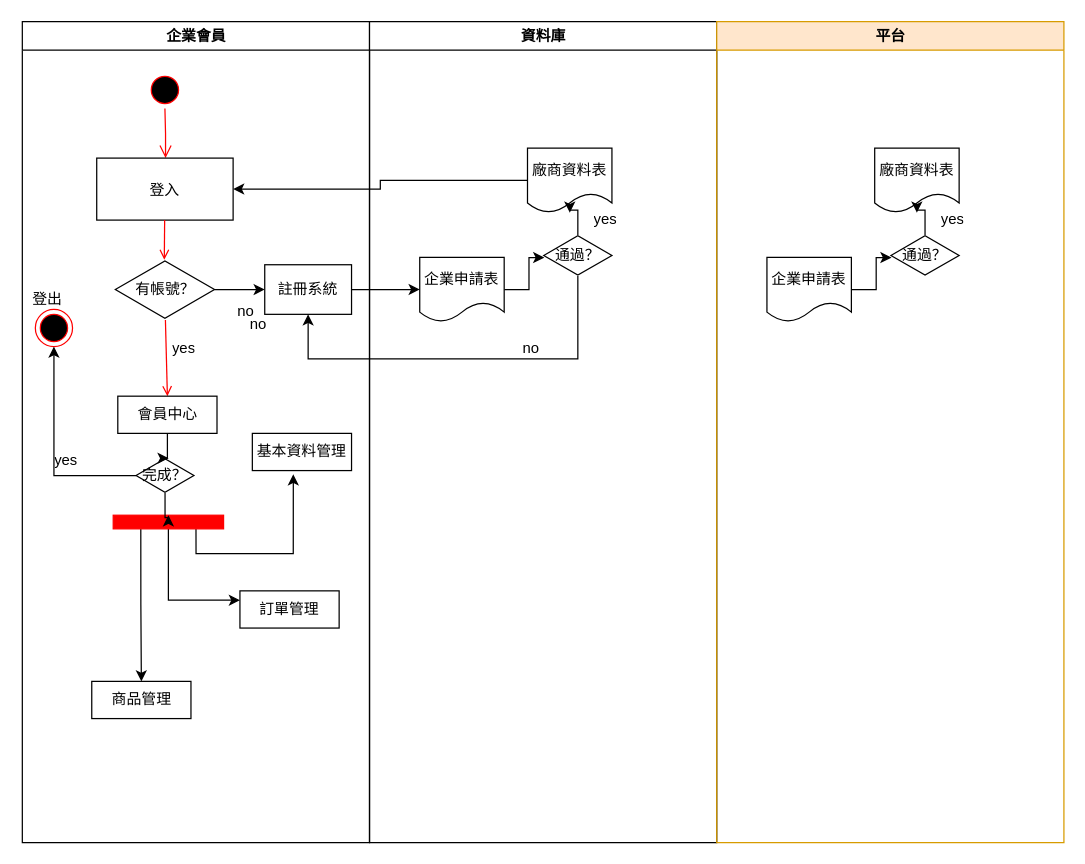
Before: Untitled Diagram.drawio in 4gold/github-slideshow, a draw.io diagram. Source tidied: cells renumbered, new cells numbered last; positions are measured from the earlier drawing's top-left corner, leaving out a move shared by most shapes. Both pictures are drawn from the tidied source at 124%, with x=0, y=0 at pixel (21, 21).
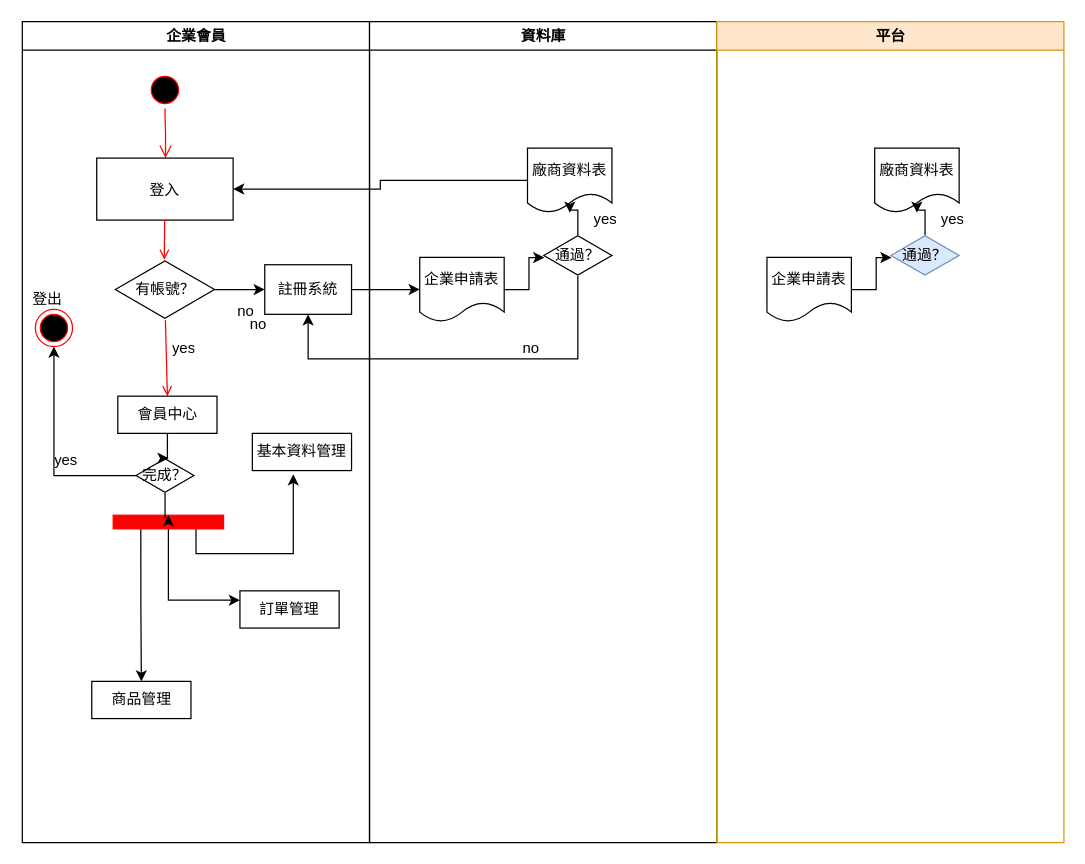
The same page after the edit.

The change refers to these unchanged cells:
```xml
<mxCell id="40" value="平台" style="swimlane;whiteSpace=wrap;fillColor=#ffe6cc;strokeColor=#d79b00;" parent="1" vertex="1">
  <mxGeometry x="560.5" width="280" height="662" as="geometry" />
</mxCell>
```

What changed in the source:
```diff
@@
-    <mxCell id="45" value="通過？" style="html=1;whiteSpace=wrap;shape=isoRectangle;" parent="40" vertex="1">
+    <mxCell id="45" value="通過？" style="html=1;whiteSpace=wrap;shape=isoRectangle;fillColor=#dae8fc;strokeColor=#6c8ebf;" parent="40" vertex="1">
       <mxGeometry x="140.5" y="172" width="55" height="33" as="geometry" />
     </mxCell>
```
